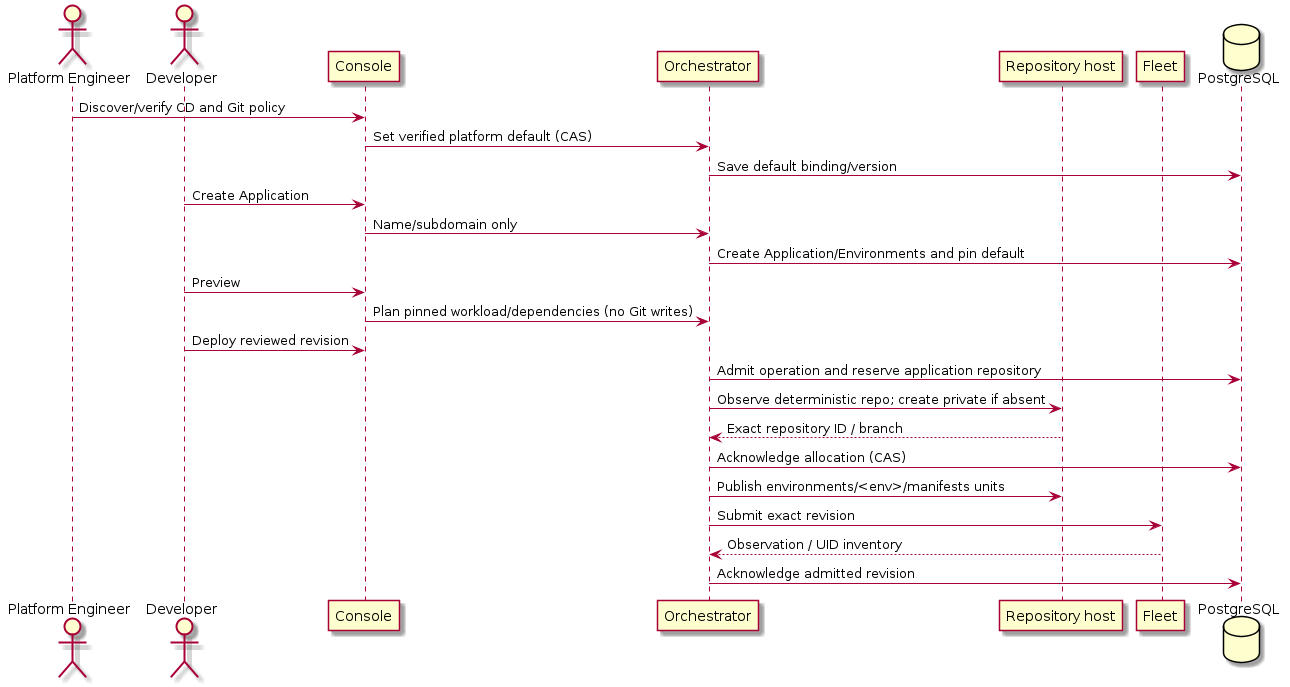
The PlantUML diagram orchestrator_docs/architecture/components/platform-managed-delivery-sequence.png in pr3s3nt/poc, before a commit. Its source is kept beside it as orchestrator_docs/architecture/components/platform-managed-delivery-sequence.puml. Its diagram source:
```plantuml
@startuml
actor "Platform Engineer" as PE
actor Developer
participant Console
participant Orchestrator
participant "Repository host" as Git
participant Fleet
database PostgreSQL
PE -> Console : Discover/verify CD and Git policy
Console -> Orchestrator : Set verified platform default (CAS)
Orchestrator -> PostgreSQL : Save default binding/version
Developer -> Console : Create Application
Console -> Orchestrator : Name/subdomain only
Orchestrator -> PostgreSQL : Create Application/Environments and pin default
Developer -> Console : Preview
Console -> Orchestrator : Plan pinned workload/dependencies (no Git writes)
Developer -> Console : Deploy reviewed revision
Orchestrator -> PostgreSQL : Admit operation and reserve application repository
Orchestrator -> Git : Observe deterministic repo; create private if absent
Git --> Orchestrator : Exact repository ID / branch
Orchestrator -> PostgreSQL : Acknowledge allocation (CAS)
Orchestrator -> Git : Publish environments/<env>/manifests units
Orchestrator -> Fleet : Submit exact revision
Fleet --> Orchestrator : Observation / UID inventory
Orchestrator -> PostgreSQL : Acknowledge admitted revision
@enduml
```
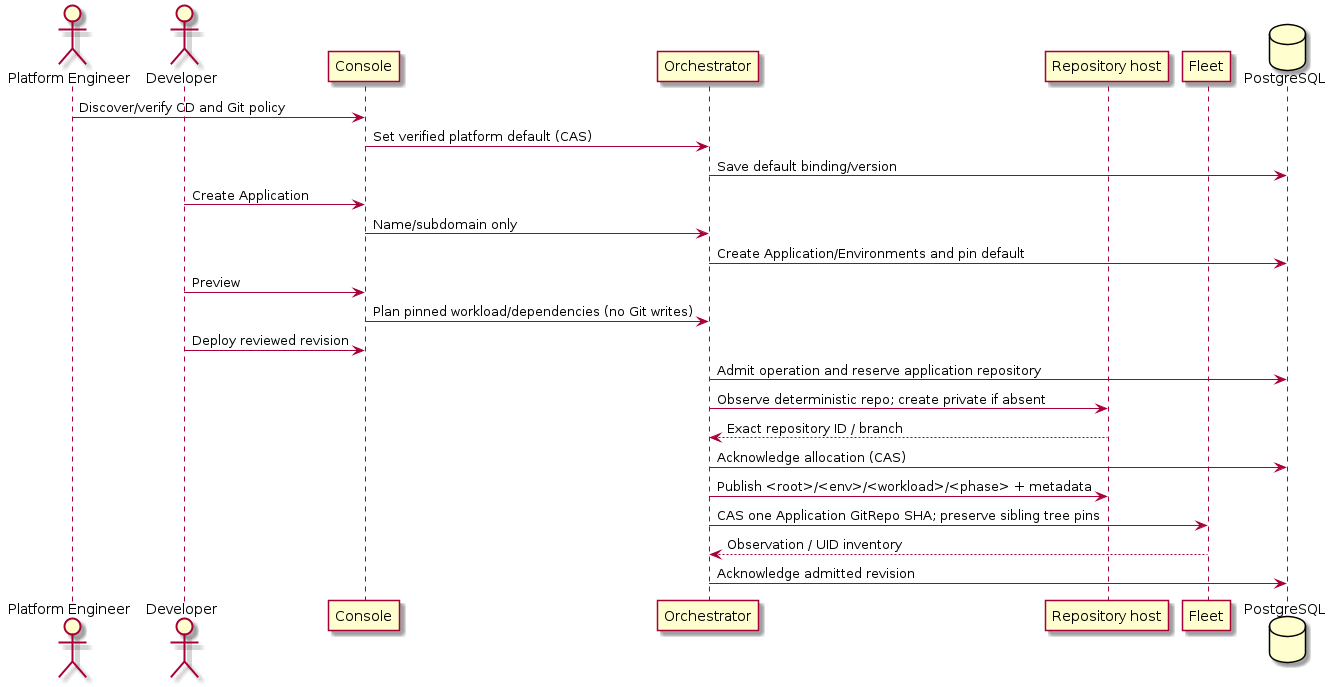
Above is the later version.

What changed in the source:
```diff
@@ -19,8 +19,8 @@
 Orchestrator -> Git : Observe deterministic repo; create private if absent
 Git --> Orchestrator : Exact repository ID / branch
 Orchestrator -> PostgreSQL : Acknowledge allocation (CAS)
-Orchestrator -> Git : Publish environments/<env>/manifests units
-Orchestrator -> Fleet : Submit exact revision
+Orchestrator -> Git : Publish <root>/<env>/<workload>/<phase> + metadata
+Orchestrator -> Fleet : CAS one Application GitRepo SHA; preserve sibling tree pins
 Fleet --> Orchestrator : Observation / UID inventory
 Orchestrator -> PostgreSQL : Acknowledge admitted revision
 @enduml
```
